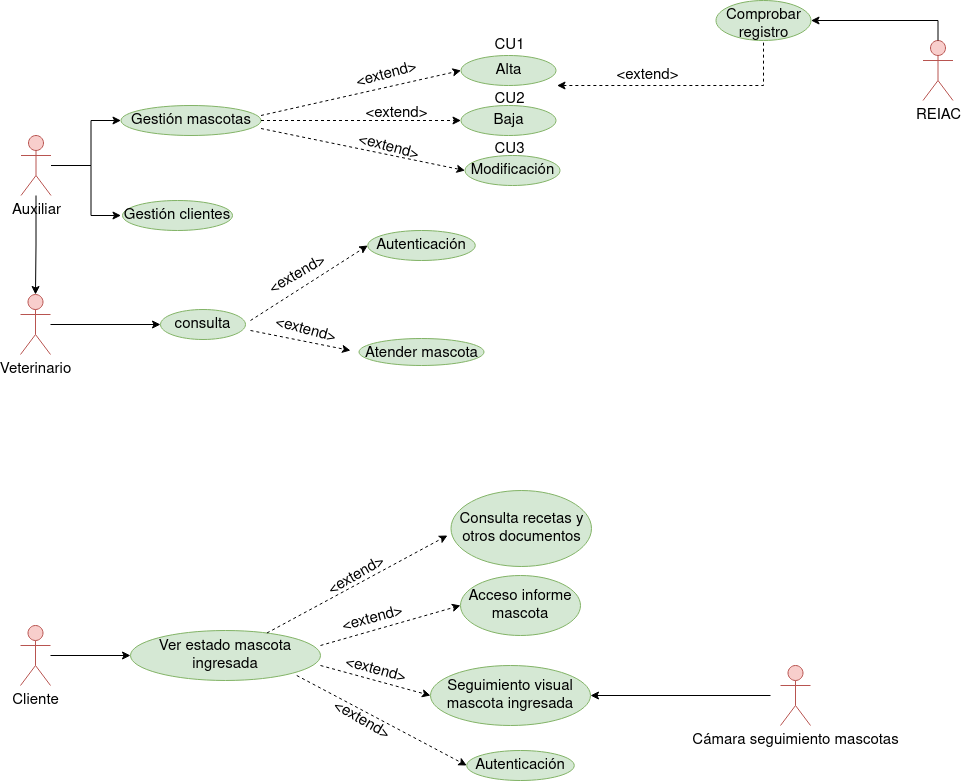
This is Tareas/casosUso/Tarea1/img/ClinicaVeterinaria.drawio.png from colidom/ets, a draw.io export, as it was before one commit. Source tidied: cells renumbered, new cells last; positions are measured from the earlier drawing's top-left corner, leaving out a move shared by most shapes. Its diagram source:
```xml
<mxGraphModel>
  <root>
    <mxCell id="0" />
    <mxCell id="1" parent="0" />
    <mxCell id="2" style="edgeStyle=orthogonalEdgeStyle;rounded=0;jettySize=auto;html=1;fontSize=15;" parent="1" edge="1" source="4" target="6">
      <mxGeometry relative="1" as="geometry" />
    </mxCell>
    <mxCell id="3" style="edgeStyle=orthogonalEdgeStyle;rounded=0;jettySize=auto;html=1;fontSize=13;startArrow=none;startFill=0;endArrow=classic;endFill=1;" parent="1" edge="1" source="4" target="15">
      <mxGeometry relative="1" as="geometry">
        <Array as="points">
          <mxPoint x="70.5" y="165" />
          <mxPoint x="70.5" y="120" />
        </Array>
      </mxGeometry>
    </mxCell>
    <mxCell id="4" value="Auxiliar" style="shape=umlActor;verticalLabelPosition=bottom;verticalAlign=top;html=1;outlineConnect=0;fillColor=#f8cecc;strokeColor=#b85450;fontSize=15;" parent="1" vertex="1">
      <mxGeometry x="0.5" y="135" width="30" height="60" as="geometry" />
    </mxCell>
    <mxCell id="5" style="edgeStyle=orthogonalEdgeStyle;rounded=0;jettySize=auto;html=1;fontSize=13;" parent="1" edge="1" source="6" target="7">
      <mxGeometry relative="1" as="geometry" />
    </mxCell>
    <mxCell id="6" value="Veterinario" style="shape=umlActor;verticalLabelPosition=bottom;verticalAlign=top;html=1;outlineConnect=0;strokeColor=#b85450;fillColor=#f8cecc;fontSize=15;" parent="1" vertex="1">
      <mxGeometry y="294" width="30" height="60" as="geometry" />
    </mxCell>
    <mxCell id="7" value="consulta" style="ellipse;whiteSpace=wrap;html=1;verticalAlign=top;fillColor=#d5e8d4;strokeColor=#82b366;fontSize=15;" parent="1" vertex="1">
      <mxGeometry x="140" y="309" width="85" height="30" as="geometry" />
    </mxCell>
    <mxCell id="8" value="Baja" style="ellipse;whiteSpace=wrap;html=1;verticalAlign=top;fillColor=#d5e8d4;strokeColor=#82b366;fontSize=15;" parent="1" vertex="1">
      <mxGeometry x="440.5" y="105" width="95" height="30" as="geometry" />
    </mxCell>
    <mxCell id="9" value="Modificación" style="ellipse;whiteSpace=wrap;html=1;verticalAlign=top;fillColor=#d5e8d4;strokeColor=#82b366;fontSize=15;" parent="1" vertex="1">
      <mxGeometry x="444.5" y="155" width="95" height="30" as="geometry" />
    </mxCell>
    <mxCell id="10" style="edgeStyle=orthogonalEdgeStyle;rounded=0;jettySize=auto;html=1;fontSize=13;dashed=1;startArrow=classic;startFill=1;endArrow=none;endFill=0;" parent="1" edge="1" target="14">
      <mxGeometry relative="1" as="geometry">
        <mxPoint x="536.5" y="85" as="sourcePoint" />
      </mxGeometry>
    </mxCell>
    <mxCell id="11" value="Alta" style="ellipse;whiteSpace=wrap;html=1;verticalAlign=top;fillColor=#d5e8d4;strokeColor=#82b366;fontSize=15;" parent="1" vertex="1">
      <mxGeometry x="440.5" y="55" width="95" height="30" as="geometry" />
    </mxCell>
    <mxCell id="12" value="REIAC" style="shape=umlActor;verticalLabelPosition=bottom;verticalAlign=top;html=1;outlineConnect=0;strokeColor=#b85450;fontSize=15;fillColor=#f8cecc;" parent="1" vertex="1">
      <mxGeometry x="902.5" y="40" width="30" height="60" as="geometry" />
    </mxCell>
    <mxCell id="13" style="edgeStyle=orthogonalEdgeStyle;rounded=0;jettySize=auto;html=1;fontSize=13;endArrow=none;endFill=0;startArrow=classic;startFill=1;entryX=0.5;entryY=0;entryDx=0;entryDy=0;entryPerimeter=0;" parent="1" edge="1" source="14" target="12">
      <mxGeometry relative="1" as="geometry" />
    </mxCell>
    <mxCell id="14" value="Comprobar registro" style="ellipse;whiteSpace=wrap;html=1;verticalAlign=top;fillColor=#d5e8d4;strokeColor=#82b366;fontSize=15;" parent="1" vertex="1">
      <mxGeometry x="695.5" width="95" height="40" as="geometry" />
    </mxCell>
    <mxCell id="15" value="&lt;font style=&quot;font-size: 15px;&quot;&gt;Gestión mascotas&lt;/font&gt;" style="ellipse;whiteSpace=wrap;html=1;verticalAlign=top;fillColor=#d5e8d4;strokeColor=#82b366;" parent="1" vertex="1">
      <mxGeometry x="100.5" y="105" width="140" height="30" as="geometry" />
    </mxCell>
    <mxCell id="16" style="edgeStyle=orthogonalEdgeStyle;rounded=0;orthogonalLoop=1;jettySize=auto;html=1;fontSize=13;startArrow=classic;startFill=1;endArrow=none;endFill=0;" parent="1" edge="1">
      <mxGeometry relative="1" as="geometry">
        <mxPoint x="100.5" y="215" as="sourcePoint" />
        <mxPoint x="30.5" y="165" as="targetPoint" />
        <Array as="points">
          <mxPoint x="70.5" y="215" />
          <mxPoint x="70.5" y="165" />
        </Array>
      </mxGeometry>
    </mxCell>
    <mxCell id="17" value="Gestión clientes" style="ellipse;whiteSpace=wrap;html=1;shadow=0;sketch=0;strokeColor=#82b366;strokeWidth=1;fontSize=15;fillColor=#d5e8d4;" parent="1" vertex="1">
      <mxGeometry x="102" y="200" width="110" height="30" as="geometry" />
    </mxCell>
    <mxCell id="18" value="CU1" style="text;html=1;align=center;verticalAlign=middle;strokeColor=none;fillColor=none;fontSize=15;" parent="1" vertex="1">
      <mxGeometry x="464" y="30" width="50" height="30" as="geometry" />
    </mxCell>
    <mxCell id="19" value="CU2" style="text;html=1;align=center;verticalAlign=middle;strokeColor=none;fillColor=none;fontSize=15;" parent="1" vertex="1">
      <mxGeometry x="463.5" y="84" width="50" height="30" as="geometry" />
    </mxCell>
    <mxCell id="20" value="CU3" style="text;html=1;align=center;verticalAlign=middle;strokeColor=none;fillColor=none;fontSize=15;" parent="1" vertex="1">
      <mxGeometry x="464" y="134" width="50" height="30" as="geometry" />
    </mxCell>
    <mxCell id="21" value="&lt;font style=&quot;font-size: 15px;&quot;&gt;&amp;lt;extend&amp;gt;&lt;/font&gt;" style="text;html=1;align=center;verticalAlign=middle;strokeColor=none;fillColor=none;fontSize=15;rotation=-15;" parent="1" vertex="1">
      <mxGeometry x="320.5" y="60" width="90" height="30" as="geometry" />
    </mxCell>
    <mxCell id="22" value="&lt;font style=&quot;font-size: 15px;&quot;&gt;&amp;lt;extend&amp;gt;&lt;/font&gt;" style="text;html=1;align=center;verticalAlign=middle;strokeColor=none;fillColor=none;fontSize=15;" parent="1" vertex="1">
      <mxGeometry x="581.5" y="60" width="90" height="30" as="geometry" />
    </mxCell>
    <mxCell id="23" style="endArrow=classic;html=1;rounded=0;dashed=1;fontSize=15;entryX=0;entryY=0.5;entryDx=0;entryDy=0;" parent="1" edge="1" target="11">
      <mxGeometry relative="1" as="geometry">
        <mxPoint x="240.5" y="115" as="sourcePoint" />
      </mxGeometry>
    </mxCell>
    <mxCell id="24" style="endArrow=classic;html=1;rounded=0;dashed=1;fontSize=15;entryX=0;entryY=0.5;entryDx=0;entryDy=0;exitX=1;exitY=0.5;exitDx=0;exitDy=0;" parent="1" edge="1" source="15" target="8">
      <mxGeometry relative="1" as="geometry" />
    </mxCell>
    <mxCell id="25" style="endArrow=classic;html=1;rounded=0;dashed=1;fontSize=15;entryX=0;entryY=0.5;entryDx=0;entryDy=0;exitX=1;exitY=0.767;exitDx=0;exitDy=0;exitPerimeter=0;" parent="1" edge="1" source="15" target="9">
      <mxGeometry relative="1" as="geometry" />
    </mxCell>
    <mxCell id="26" value="&lt;font style=&quot;font-size: 15px;&quot;&gt;&amp;lt;extend&amp;gt;&lt;/font&gt;" style="text;html=1;align=center;verticalAlign=middle;strokeColor=none;fillColor=none;fontSize=15;rotation=0;" parent="1" vertex="1">
      <mxGeometry x="330.5" y="98" width="90" height="30" as="geometry" />
    </mxCell>
    <mxCell id="27" value="&lt;font style=&quot;font-size: 15px;&quot;&gt;&amp;lt;extend&amp;gt;&lt;/font&gt;" style="text;html=1;align=center;verticalAlign=middle;strokeColor=none;fillColor=none;fontSize=15;rotation=15;" parent="1" vertex="1">
      <mxGeometry x="322.5" y="132" width="90" height="30" as="geometry" />
    </mxCell>
    <mxCell id="28" value="Atender mascota" style="ellipse;whiteSpace=wrap;html=1;fontSize=15;verticalAlign=top;fillColor=#d5e8d4;strokeColor=#82b366;" parent="1" vertex="1">
      <mxGeometry x="338.5" y="338" width="125" height="27" as="geometry" />
    </mxCell>
    <mxCell id="29" value="Autenticación" style="ellipse;whiteSpace=wrap;html=1;fontSize=15;verticalAlign=top;fillColor=#d5e8d4;strokeColor=#82b366;" parent="1" vertex="1">
      <mxGeometry x="347.2" y="230" width="107.5" height="30" as="geometry" />
    </mxCell>
    <mxCell id="30" style="endArrow=classic;html=1;rounded=0;dashed=1;fontSize=15;entryX=0;entryY=0.5;entryDx=0;entryDy=0;" parent="1" edge="1" target="29">
      <mxGeometry relative="1" as="geometry">
        <mxPoint x="230" y="320" as="sourcePoint" />
      </mxGeometry>
    </mxCell>
    <mxCell id="31" style="endArrow=classic;html=1;rounded=0;dashed=1;fontSize=15;" parent="1" edge="1">
      <mxGeometry relative="1" as="geometry">
        <mxPoint x="230" y="330" as="sourcePoint" />
        <mxPoint x="330" y="350" as="targetPoint" />
      </mxGeometry>
    </mxCell>
    <mxCell id="32" value="&lt;font style=&quot;font-size: 15px;&quot;&gt;&amp;lt;extend&amp;gt;&lt;/font&gt;" style="text;html=1;align=center;verticalAlign=middle;strokeColor=none;fillColor=none;fontSize=15;rotation=-30;" parent="1" vertex="1">
      <mxGeometry x="232" y="260" width="90" height="30" as="geometry" />
    </mxCell>
    <mxCell id="33" value="&lt;font style=&quot;font-size: 15px;&quot;&gt;&amp;lt;extend&amp;gt;&lt;/font&gt;" style="text;html=1;align=center;verticalAlign=middle;strokeColor=none;fillColor=none;fontSize=15;rotation=15;" parent="1" vertex="1">
      <mxGeometry x="240" y="315" width="90" height="30" as="geometry" />
    </mxCell>
    <mxCell id="34" style="edgeStyle=orthogonalEdgeStyle;rounded=0;jettySize=auto;html=1;fontSize=15;" parent="1" edge="1" source="35">
      <mxGeometry relative="1" as="geometry">
        <mxPoint x="110" y="655" as="targetPoint" />
      </mxGeometry>
    </mxCell>
    <mxCell id="35" value="&lt;div&gt;Cliente&lt;/div&gt;" style="shape=umlActor;verticalLabelPosition=bottom;verticalAlign=top;html=1;outlineConnect=0;fillColor=#f8cecc;strokeColor=#b85450;fontSize=15;" parent="1" vertex="1">
      <mxGeometry y="625" width="30" height="60" as="geometry" />
    </mxCell>
    <mxCell id="36" value="Ver estado mascota ingresada" style="ellipse;whiteSpace=wrap;html=1;fontSize=15;fillColor=#d5e8d4;strokeColor=#82b366;" parent="1" vertex="1">
      <mxGeometry x="110" y="630" width="190" height="50" as="geometry" />
    </mxCell>
    <mxCell id="37" value="Acceso informe mascota" style="ellipse;whiteSpace=wrap;html=1;fontSize=15;fillColor=#d5e8d4;strokeColor=#82b366;" parent="1" vertex="1">
      <mxGeometry x="440" y="575" width="120" height="60" as="geometry" />
    </mxCell>
    <mxCell id="38" value="Seguimiento visual mascota ingresada" style="ellipse;whiteSpace=wrap;html=1;fontSize=15;fillColor=#d5e8d4;strokeColor=#82b366;" parent="1" vertex="1">
      <mxGeometry x="410" y="665" width="160" height="60" as="geometry" />
    </mxCell>
    <mxCell id="39" style="endArrow=classic;html=1;rounded=0;fontSize=15;entryX=0;entryY=0.5;entryDx=0;entryDy=0;dashed=1;exitX=1;exitY=0.3;exitDx=0;exitDy=0;exitPerimeter=0;" parent="1" edge="1" source="36" target="37">
      <mxGeometry relative="1" as="geometry" />
    </mxCell>
    <mxCell id="40" style="endArrow=classic;html=1;rounded=0;fontSize=15;entryX=0;entryY=0.5;entryDx=0;entryDy=0;dashed=1;exitX=1;exitY=0.7;exitDx=0;exitDy=0;exitPerimeter=0;" parent="1" edge="1" source="36" target="38">
      <mxGeometry relative="1" as="geometry" />
    </mxCell>
    <mxCell id="41" value="&lt;font style=&quot;font-size: 15px;&quot;&gt;&amp;lt;extend&amp;gt;&lt;/font&gt;" style="text;html=1;align=center;verticalAlign=middle;strokeColor=none;fillColor=none;fontSize=15;rotation=-15;" parent="1" vertex="1">
      <mxGeometry x="307" y="604" width="90" height="30" as="geometry" />
    </mxCell>
    <mxCell id="42" value="&lt;font style=&quot;font-size: 15px;&quot;&gt;&amp;lt;extend&amp;gt;&lt;/font&gt;" style="text;html=1;align=center;verticalAlign=middle;strokeColor=none;fillColor=none;fontSize=15;rotation=15;" parent="1" vertex="1">
      <mxGeometry x="310" y="655" width="90" height="30" as="geometry" />
    </mxCell>
    <mxCell id="43" value="Cámara seguimiento mascotas" style="shape=umlActor;verticalLabelPosition=bottom;verticalAlign=top;html=1;fillColor=#f8cecc;strokeColor=#b85450;fontSize=15;" parent="1" vertex="1">
      <mxGeometry x="760" y="665" width="30" height="60" as="geometry" />
    </mxCell>
    <mxCell id="44" style="endArrow=classic;html=1;rounded=0;fontSize=15;entryX=1;entryY=0.5;entryDx=0;entryDy=0;" parent="1" edge="1" target="38">
      <mxGeometry relative="1" as="geometry">
        <mxPoint x="750" y="695" as="sourcePoint" />
      </mxGeometry>
    </mxCell>
    <mxCell id="45" value="Autenticación" style="ellipse;whiteSpace=wrap;html=1;fontSize=15;verticalAlign=top;fillColor=#d5e8d4;strokeColor=#82b366;" parent="1" vertex="1">
      <mxGeometry x="446.2" y="750" width="107.5" height="30" as="geometry" />
    </mxCell>
    <mxCell id="46" style="endArrow=classic;html=1;rounded=0;dashed=1;fontSize=15;entryX=0;entryY=0.5;entryDx=0;entryDy=0;" parent="1" edge="1" target="45">
      <mxGeometry relative="1" as="geometry">
        <mxPoint x="276.2" y="675" as="sourcePoint" />
      </mxGeometry>
    </mxCell>
    <mxCell id="47" value="&lt;font style=&quot;font-size: 15px;&quot;&gt;&amp;lt;extend&amp;gt;&lt;/font&gt;" style="text;html=1;align=center;verticalAlign=middle;strokeColor=none;fillColor=none;fontSize=15;rotation=30;" parent="1" vertex="1">
      <mxGeometry x="295.8" y="705" width="90" height="30" as="geometry" />
    </mxCell>
    <mxCell id="48" value="Consulta recetas y otros documentos" style="ellipse;whiteSpace=wrap;html=1;fontSize=15;fillColor=#d5e8d4;strokeColor=#82b366;" parent="1" vertex="1">
      <mxGeometry x="430.5" y="490" width="140.5" height="76" as="geometry" />
    </mxCell>
    <mxCell id="49" style="endArrow=classic;html=1;rounded=0;fontSize=15;dashed=1;entryX=-0.025;entryY=0.592;entryDx=0;entryDy=0;entryPerimeter=0;" parent="1" edge="1" source="36" target="48">
      <mxGeometry relative="1" as="geometry" />
    </mxCell>
    <mxCell id="50" value="&lt;font style=&quot;font-size: 15px;&quot;&gt;&amp;lt;extend&amp;gt;&lt;/font&gt;" style="text;html=1;align=center;verticalAlign=middle;strokeColor=none;fillColor=none;fontSize=15;rotation=-30;" parent="1" vertex="1">
      <mxGeometry x="291" y="561" width="90" height="30" as="geometry" />
    </mxCell>
  </root>
</mxGraphModel>
```
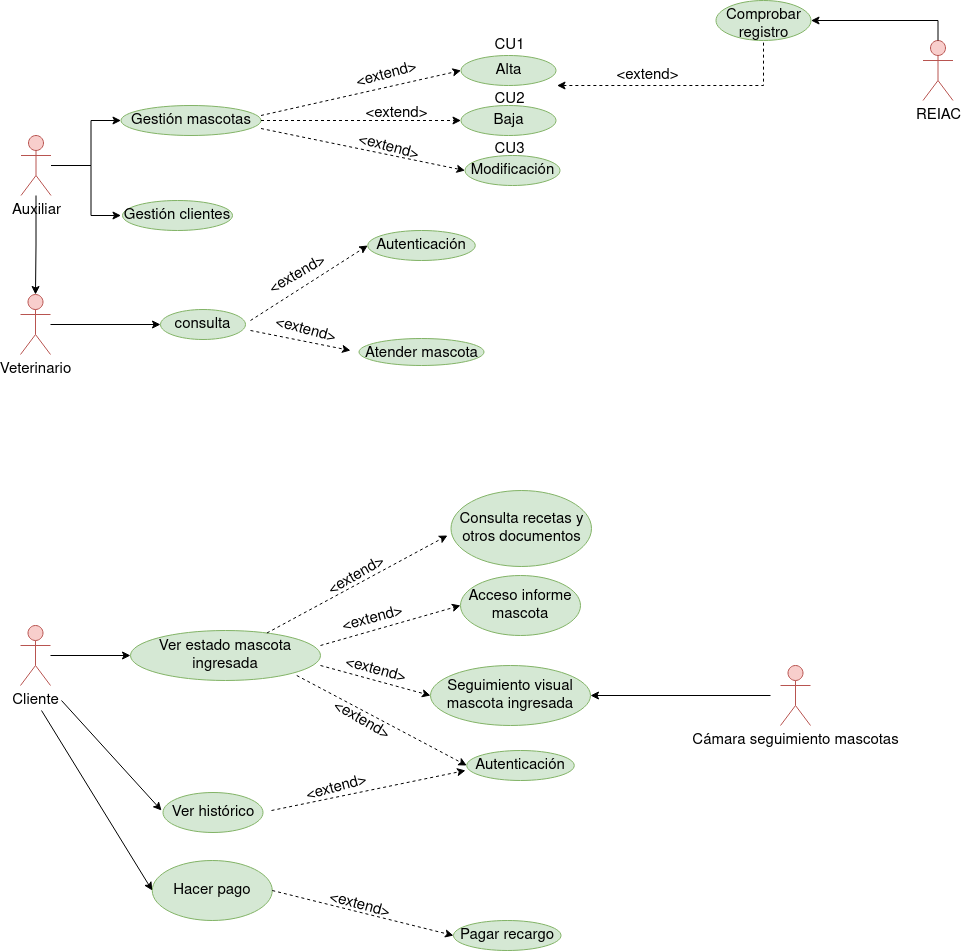
The same diagram one commit later.

What changed in the source:
```diff
@@ -176,5 +176,42 @@
     <mxCell id="50" value="&lt;font style=&quot;font-size: 15px;&quot;&gt;&amp;lt;extend&amp;gt;&lt;/font&gt;" style="text;html=1;align=center;verticalAlign=middle;strokeColor=none;fillColor=none;fontSize=15;rotation=-30;" parent="1" vertex="1">
       <mxGeometry x="291" y="561" width="90" height="30" as="geometry" />
     </mxCell>
+    <mxCell id="51" value="Hacer pago" style="ellipse;whiteSpace=wrap;html=1;fontSize=15;fillColor=#d5e8d4;strokeColor=#82b366;" parent="1" vertex="1">
+      <mxGeometry x="131.8" y="860" width="120" height="60" as="geometry" />
+    </mxCell>
+    <mxCell id="52" value="Pagar recargo" style="ellipse;whiteSpace=wrap;html=1;fontSize=15;verticalAlign=top;fillColor=#d5e8d4;strokeColor=#82b366;" parent="1" vertex="1">
+      <mxGeometry x="433" y="920" width="107.5" height="30" as="geometry" />
+    </mxCell>
+    <mxCell id="53" style="endArrow=classic;html=1;rounded=0;dashed=1;fontSize=15;entryX=0;entryY=0.5;entryDx=0;entryDy=0;" parent="1" edge="1" target="52">
+      <mxGeometry relative="1" as="geometry">
+        <mxPoint x="251.8" y="890" as="sourcePoint" />
+      </mxGeometry>
+    </mxCell>
+    <mxCell id="54" value="&lt;font style=&quot;font-size: 15px;&quot;&gt;&amp;lt;extend&amp;gt;&lt;/font&gt;" style="text;html=1;align=center;verticalAlign=middle;strokeColor=none;fillColor=none;fontSize=15;rotation=15;" parent="1" vertex="1">
+      <mxGeometry x="293.8" y="890" width="90" height="30" as="geometry" />
+    </mxCell>
+    <mxCell id="55" style="endArrow=classic;html=1;rounded=0;fontSize=15;entryX=0;entryY=0.5;entryDx=0;entryDy=0;" parent="1" edge="1" target="51">
+      <mxGeometry relative="1" as="geometry">
+        <mxPoint x="21" y="710" as="sourcePoint" />
+      </mxGeometry>
+    </mxCell>
+    <mxCell id="56" value="Ver histórico" style="ellipse;whiteSpace=wrap;html=1;fontSize=15;fillColor=#d5e8d4;strokeColor=#82b366;" parent="1" vertex="1">
+      <mxGeometry x="142.5" y="792" width="100" height="40" as="geometry" />
+    </mxCell>
+    <mxCell id="57" style="endArrow=classic;html=1;rounded=0;fontSize=15;" parent="1" edge="1">
+      <mxGeometry relative="1" as="geometry">
+        <mxPoint x="41" y="700" as="sourcePoint" />
+        <mxPoint x="141" y="810" as="targetPoint" />
+      </mxGeometry>
+    </mxCell>
+    <mxCell id="58" style="endArrow=classic;html=1;rounded=0;dashed=1;fontSize=15;" parent="1" edge="1">
+      <mxGeometry relative="1" as="geometry">
+        <mxPoint x="251" y="810" as="sourcePoint" />
+        <mxPoint x="445" y="770" as="targetPoint" />
+      </mxGeometry>
+    </mxCell>
+    <mxCell id="59" value="&lt;font style=&quot;font-size: 15px;&quot;&gt;&amp;lt;extend&amp;gt;&lt;/font&gt;" style="text;html=1;align=center;verticalAlign=middle;strokeColor=none;fillColor=none;fontSize=15;rotation=-15;" parent="1" vertex="1">
+      <mxGeometry x="271" y="773" width="90" height="30" as="geometry" />
+    </mxCell>
   </root>
 </mxGraphModel>
```
